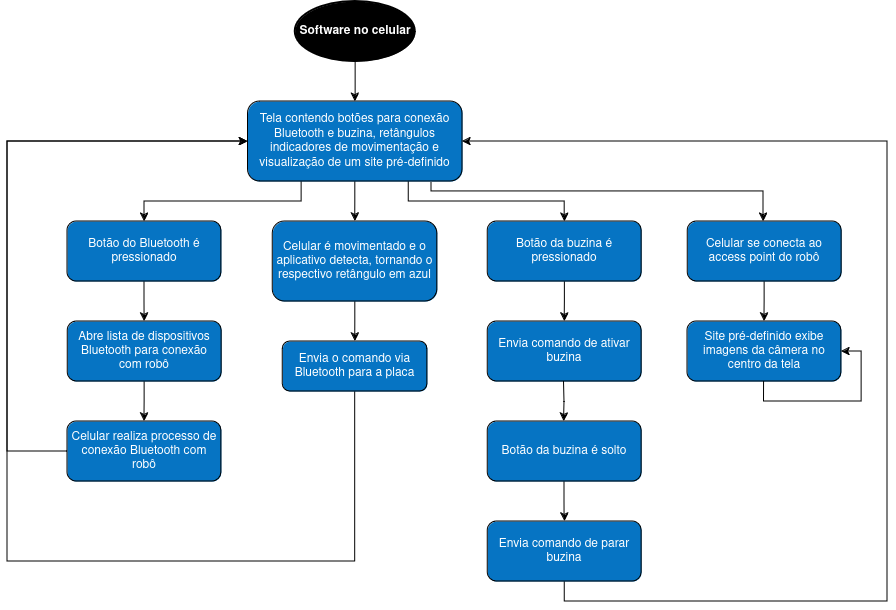
This is Projeto3/BitMovel-Robo-Explorador/Img/Fluxograma_AppInventor.png from danielvieira95/Projetos_Disciplina_IE323, a draw.io export, as it was before one commit. Source tidied: cells renumbered, new cells last; positions are measured from the earlier drawing's top-left corner, leaving out a move shared by most shapes.
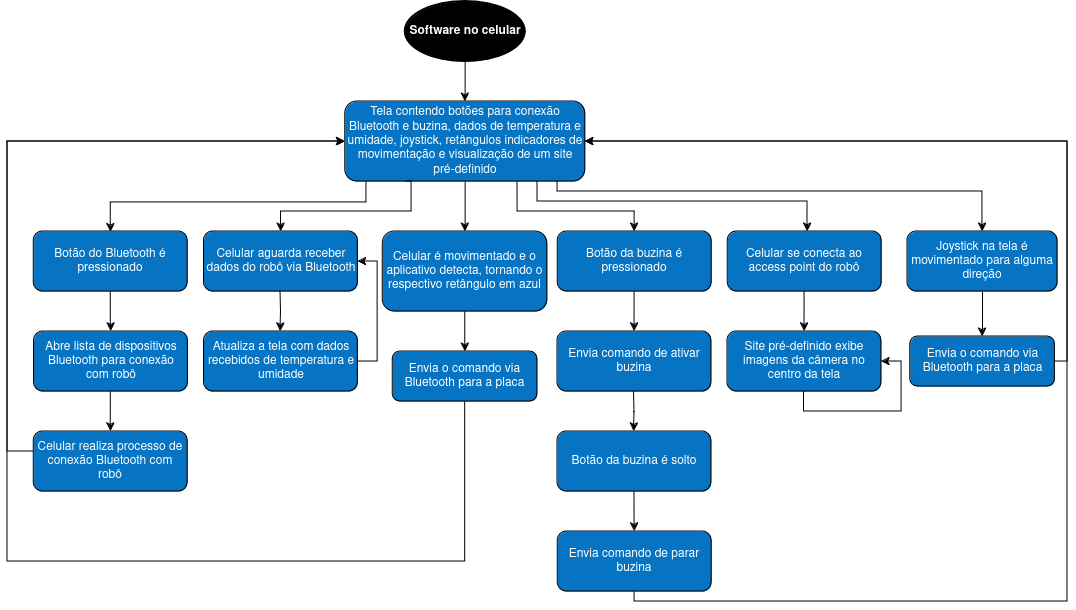
The same file after the commit.

Commit message:
Atualiza fluxogramas do BitMóvel Explorador

Change to the diagram source:
```diff
@@ -5,122 +5,189 @@
     <mxCell id="2" style="edgeStyle=orthogonalEdgeStyle;rounded=0;jettySize=auto;html=1;entryX=0;entryY=0.5;entryDx=0;entryDy=0;" parent="1" edge="1" source="3" target="7">
       <mxGeometry relative="1" as="geometry">
         <Array as="points">
-          <mxPoint x="348" y="560" />
-          <mxPoint y="560" />
-          <mxPoint y="140" />
+          <mxPoint x="468" y="570" />
+          <mxPoint x="10" y="570" />
+          <mxPoint x="10" y="150" />
         </Array>
       </mxGeometry>
     </mxCell>
     <mxCell id="3" value="Envia o comando via Bluetooth para a placa" style="rounded=1;whiteSpace=wrap;html=1;fontSize=12;glass=0;strokeWidth=1;shadow=0;fontColor=#ffffff;fillColor=#0674C3;" parent="1" vertex="1">
-      <mxGeometry x="275.3" y="340" width="144.7" height="50" as="geometry" />
+      <mxGeometry x="395.3" y="360" width="144.7" height="50" as="geometry" />
     </mxCell>
-    <mxCell id="4" style="edgeStyle=orthogonalEdgeStyle;rounded=0;jettySize=auto;html=1;entryX=0.5;entryY=0;entryDx=0;entryDy=0;exitX=0.25;exitY=1;exitDx=0;exitDy=0;" parent="1" edge="1" source="7" target="11">
-      <mxGeometry relative="1" as="geometry" />
+    <mxCell id="4" style="edgeStyle=orthogonalEdgeStyle;rounded=0;jettySize=auto;html=1;entryX=0.5;entryY=0;entryDx=0;entryDy=0;exitX=0.089;exitY=1.001;exitDx=0;exitDy=0;exitPerimeter=0;" parent="1" edge="1" source="7">
+      <mxGeometry relative="1" as="geometry">
+        <mxPoint x="113.3" y="240.6" as="targetPoint" />
+        <Array as="points">
+          <mxPoint x="369" y="211" />
+          <mxPoint x="113" y="211" />
+        </Array>
+      </mxGeometry>
     </mxCell>
     <mxCell id="5" style="edgeStyle=orthogonalEdgeStyle;rounded=0;jettySize=auto;html=1;entryX=0.5;entryY=0;entryDx=0;entryDy=0;" parent="1" edge="1" source="7" target="9">
       <mxGeometry relative="1" as="geometry" />
     </mxCell>
-    <mxCell id="6" style="edgeStyle=orthogonalEdgeStyle;rounded=0;jettySize=auto;html=1;exitX=0.75;exitY=1;exitDx=0;exitDy=0;entryX=0.5;entryY=0;entryDx=0;entryDy=0;" parent="1" edge="1" source="7" target="14">
-      <mxGeometry relative="1" as="geometry" />
+    <mxCell id="6" style="edgeStyle=orthogonalEdgeStyle;rounded=0;jettySize=auto;html=1;exitX=0.718;exitY=0.997;exitDx=0;exitDy=0;entryX=0.5;entryY=0;entryDx=0;entryDy=0;exitPerimeter=0;" parent="1" edge="1" source="7" target="14">
+      <mxGeometry relative="1" as="geometry">
+        <Array as="points">
+          <mxPoint x="520" y="220" />
+          <mxPoint x="637" y="220" />
+        </Array>
+      </mxGeometry>
     </mxCell>
-    <mxCell id="7" value="Tela contendo botões para conexão Bluetooth e buzina, retângulos indicadores de movimentação e visualização de um site pré-definido" style="rounded=1;whiteSpace=wrap;html=1;fontSize=12;glass=0;strokeWidth=1;shadow=0;fontColor=#ffffff;fillColor=#0674C3;" parent="1" vertex="1">
-      <mxGeometry x="240.4" y="100" width="214.5" height="80" as="geometry" />
+    <mxCell id="7" value="Tela contendo botões para conexão Bluetooth e buzina, dados de temperatura e umidade, joystick, retângulos indicadores de movimentação e visualização de um site pré-definido" style="rounded=1;whiteSpace=wrap;html=1;fontSize=12;glass=0;strokeWidth=1;shadow=0;fontColor=#ffffff;fillColor=#0674C3;" parent="1" vertex="1">
+      <mxGeometry x="347.6" y="110" width="240" height="80" as="geometry" />
     </mxCell>
     <mxCell id="8" style="edgeStyle=orthogonalEdgeStyle;rounded=0;jettySize=auto;html=1;entryX=0.5;entryY=0;entryDx=0;entryDy=0;" parent="1" edge="1" source="9" target="3">
       <mxGeometry relative="1" as="geometry" />
     </mxCell>
     <mxCell id="9" value="Celular é movimentado e o aplicativo detecta, tornando o respectivo&amp;nbsp;retângulo em azul" style="rounded=1;whiteSpace=wrap;html=1;fontSize=12;glass=0;strokeWidth=1;shadow=0;fontColor=#ffffff;fillColor=#0674C3;" parent="1" vertex="1">
-      <mxGeometry x="265.4" y="220" width="164.6" height="80" as="geometry" />
+      <mxGeometry x="385.4" y="240" width="164.6" height="80" as="geometry" />
     </mxCell>
     <mxCell id="10" style="edgeStyle=orthogonalEdgeStyle;rounded=0;jettySize=auto;html=1;" parent="1" edge="1" source="11" target="21">
       <mxGeometry relative="1" as="geometry" />
     </mxCell>
     <mxCell id="11" value="Botão do Bluetooth é pressionado" style="rounded=1;whiteSpace=wrap;html=1;fontSize=12;glass=0;strokeWidth=1;shadow=0;fontColor=#ffffff;fillColor=#0674C3;" parent="1" vertex="1">
-      <mxGeometry x="60" y="220" width="153.9" height="60" as="geometry" />
+      <mxGeometry x="36.4" y="240" width="153.9" height="60" as="geometry" />
     </mxCell>
     <mxCell id="12" value="Envia comando de ativar buzina" style="rounded=1;whiteSpace=wrap;html=1;fontSize=12;glass=0;strokeWidth=1;shadow=0;fontColor=#ffffff;fillColor=#0674C3;" parent="1" vertex="1">
-      <mxGeometry x="480.1" y="320" width="153.9" height="60" as="geometry" />
+      <mxGeometry x="560" y="340" width="153.9" height="60" as="geometry" />
     </mxCell>
     <mxCell id="13" style="edgeStyle=orthogonalEdgeStyle;rounded=0;jettySize=auto;html=1;entryX=0.5;entryY=0;entryDx=0;entryDy=0;" parent="1" edge="1" source="14" target="12">
       <mxGeometry relative="1" as="geometry" />
     </mxCell>
     <mxCell id="14" value="Botão da buzina é pressionado" style="rounded=1;whiteSpace=wrap;html=1;fontSize=12;glass=0;strokeWidth=1;shadow=0;fontColor=#ffffff;fillColor=#0674C3;" parent="1" vertex="1">
-      <mxGeometry x="480.3" y="220" width="153.9" height="60" as="geometry" />
+      <mxGeometry x="560.1" y="240" width="153.9" height="60" as="geometry" />
     </mxCell>
     <mxCell id="15" style="edgeStyle=orthogonalEdgeStyle;rounded=0;jettySize=auto;html=1;entryX=0.5;entryY=0;entryDx=0;entryDy=0;" parent="1" edge="1" source="16" target="25">
       <mxGeometry relative="1" as="geometry" />
     </mxCell>
     <mxCell id="16" value="&lt;div&gt;Botão da buzina é solto&lt;/div&gt;" style="rounded=1;whiteSpace=wrap;html=1;fontSize=12;glass=0;strokeWidth=1;shadow=0;fontColor=#ffffff;fillColor=#0674C3;" parent="1" vertex="1">
-      <mxGeometry x="480.1" y="420" width="153.9" height="60" as="geometry" />
+      <mxGeometry x="560" y="440" width="153.9" height="60" as="geometry" />
     </mxCell>
     <mxCell id="17" style="edgeStyle=orthogonalEdgeStyle;rounded=0;orthogonalLoop=1;jettySize=auto;html=1;entryX=0.5;entryY=0;entryDx=0;entryDy=0;" parent="1" edge="1">
       <mxGeometry relative="1" as="geometry">
-        <mxPoint x="556.6" y="380" as="sourcePoint" />
-        <mxPoint x="556.6" y="420" as="targetPoint" />
+        <mxPoint x="636.4" y="400" as="sourcePoint" />
+        <mxPoint x="636.4" y="440" as="targetPoint" />
       </mxGeometry>
     </mxCell>
     <mxCell id="18" style="edgeStyle=orthogonalEdgeStyle;rounded=0;jettySize=auto;html=1;entryX=0.5;entryY=0;entryDx=0;entryDy=0;" parent="1" edge="1" source="19" target="7">
       <mxGeometry relative="1" as="geometry" />
     </mxCell>
     <mxCell id="19" value="&lt;b&gt;Software no celular&lt;/b&gt;" style="ellipse;whiteSpace=wrap;html=1;strokeWidth=2;fontColor=#ffffff;fillColor=#000000;" parent="1" vertex="1">
-      <mxGeometry x="287.6" width="120" height="60" as="geometry" />
+      <mxGeometry x="407.6" y="10" width="120" height="60" as="geometry" />
     </mxCell>
     <mxCell id="20" style="edgeStyle=orthogonalEdgeStyle;rounded=0;jettySize=auto;html=1;entryX=0.5;entryY=0;entryDx=0;entryDy=0;" parent="1" edge="1" source="21" target="23">
       <mxGeometry relative="1" as="geometry" />
     </mxCell>
     <mxCell id="21" value="Abre lista de dispositivos Bluetooth para conexão com robô" style="rounded=1;whiteSpace=wrap;html=1;fontSize=12;glass=0;strokeWidth=1;shadow=0;fontColor=#ffffff;fillColor=#0674C3;" parent="1" vertex="1">
-      <mxGeometry x="60.1" y="320" width="153.9" height="60" as="geometry" />
+      <mxGeometry x="36.5" y="340" width="153.9" height="60" as="geometry" />
     </mxCell>
     <mxCell id="22" style="edgeStyle=orthogonalEdgeStyle;rounded=0;jettySize=auto;html=1;entryX=0;entryY=0.5;entryDx=0;entryDy=0;" parent="1" edge="1" source="23" target="7">
       <mxGeometry relative="1" as="geometry">
         <Array as="points">
-          <mxPoint y="450" />
-          <mxPoint y="140" />
+          <mxPoint x="10" y="460" />
+          <mxPoint x="10" y="150" />
         </Array>
       </mxGeometry>
     </mxCell>
     <mxCell id="23" value="Celular realiza processo de conexão Bluetooth com robô" style="rounded=1;whiteSpace=wrap;html=1;fontSize=12;glass=0;strokeWidth=1;shadow=0;fontColor=#ffffff;fillColor=#0674C3;" parent="1" vertex="1">
-      <mxGeometry x="60" y="420" width="153.9" height="60" as="geometry" />
+      <mxGeometry x="36.4" y="440" width="153.9" height="60" as="geometry" />
     </mxCell>
-    <mxCell id="24" style="edgeStyle=orthogonalEdgeStyle;rounded=0;jettySize=auto;html=1;entryX=1;entryY=0.5;entryDx=0;entryDy=0;" parent="1" edge="1" source="25" target="7">
+    <mxCell id="24" style="edgeStyle=orthogonalEdgeStyle;rounded=0;jettySize=auto;html=1;entryX=1;entryY=0.5;entryDx=0;entryDy=0;exitX=0.5;exitY=1;exitDx=0;exitDy=0;" parent="1" edge="1" source="25" target="7">
       <mxGeometry relative="1" as="geometry">
         <Array as="points">
-          <mxPoint x="557" y="600" />
-          <mxPoint x="880" y="600" />
-          <mxPoint x="880" y="140" />
+          <mxPoint x="637" y="610" />
+          <mxPoint x="1070" y="610" />
+          <mxPoint x="1070" y="150" />
         </Array>
       </mxGeometry>
     </mxCell>
     <mxCell id="25" value="Envia comando de parar buzina" style="rounded=1;whiteSpace=wrap;html=1;fontSize=12;glass=0;strokeWidth=1;shadow=0;fontColor=#ffffff;fillColor=#0674C3;" parent="1" vertex="1">
-      <mxGeometry x="480.3" y="520" width="153.9" height="60" as="geometry" />
+      <mxGeometry x="560.1" y="540" width="153.9" height="60" as="geometry" />
     </mxCell>
     <mxCell id="26" value="Site pré-definido exibe imagens da câmera no centro da tela" style="rounded=1;whiteSpace=wrap;html=1;fontSize=12;glass=0;strokeWidth=1;shadow=0;fontColor=#ffffff;fillColor=#0674C3;" parent="1" vertex="1">
-      <mxGeometry x="680" y="320" width="153.9" height="60" as="geometry" />
+      <mxGeometry x="730" y="340" width="153.9" height="60" as="geometry" />
     </mxCell>
     <mxCell id="27" style="edgeStyle=orthogonalEdgeStyle;rounded=0;jettySize=auto;html=1;entryX=0.5;entryY=0;entryDx=0;entryDy=0;" parent="1" edge="1" source="28" target="26">
       <mxGeometry relative="1" as="geometry" />
     </mxCell>
     <mxCell id="28" value="Celular se conecta ao access point do robô" style="rounded=1;whiteSpace=wrap;html=1;fontSize=12;glass=0;strokeWidth=1;shadow=0;fontColor=#ffffff;fillColor=#0674C3;" parent="1" vertex="1">
-      <mxGeometry x="680.1" y="220" width="153.9" height="60" as="geometry" />
+      <mxGeometry x="730.1" y="240" width="153.9" height="60" as="geometry" />
     </mxCell>
     <mxCell id="29" style="edgeStyle=orthogonalEdgeStyle;rounded=0;jettySize=auto;html=1;entryX=1;entryY=0.5;entryDx=0;entryDy=0;" parent="1" edge="1" target="26">
       <mxGeometry relative="1" as="geometry">
-        <mxPoint x="756.4" y="380" as="sourcePoint" />
+        <mxPoint x="806.4" y="400" as="sourcePoint" />
         <Array as="points">
-          <mxPoint x="756" y="400" />
-          <mxPoint x="854" y="400" />
-          <mxPoint x="854" y="350" />
+          <mxPoint x="806" y="420" />
+          <mxPoint x="904" y="420" />
+          <mxPoint x="904" y="370" />
         </Array>
       </mxGeometry>
     </mxCell>
-    <mxCell id="30" style="edgeStyle=orthogonalEdgeStyle;rounded=0;jettySize=auto;html=1;exitX=0.856;exitY=1.013;exitDx=0;exitDy=0;entryX=0.5;entryY=0;entryDx=0;entryDy=0;exitPerimeter=0;" parent="1" edge="1" source="7">
+    <mxCell id="30" style="edgeStyle=orthogonalEdgeStyle;rounded=0;orthogonalLoop=1;jettySize=auto;html=1;" parent="1" edge="1">
       <mxGeometry relative="1" as="geometry">
-        <mxPoint x="756" y="220" as="targetPoint" />
+        <mxPoint x="540" y="190" as="sourcePoint" />
+        <mxPoint x="810" y="240" as="targetPoint" />
         <Array as="points">
-          <mxPoint x="424" y="190" />
-          <mxPoint x="756" y="190" />
+          <mxPoint x="540" y="190" />
+          <mxPoint x="540" y="210" />
+          <mxPoint x="810" y="210" />
         </Array>
       </mxGeometry>
     </mxCell>
+    <mxCell id="31" value="Celular aguarda receber dados do robô via Bluetooth" style="rounded=1;whiteSpace=wrap;html=1;fontSize=12;glass=0;strokeWidth=1;shadow=0;fontColor=#ffffff;fillColor=#0674C3;" parent="1" vertex="1">
+      <mxGeometry x="206.5" y="240" width="153.9" height="60" as="geometry" />
+    </mxCell>
+    <mxCell id="32" style="edgeStyle=orthogonalEdgeStyle;rounded=0;jettySize=auto;html=1;exitX=0.25;exitY=1;exitDx=0;exitDy=0;entryX=0.5;entryY=0;entryDx=0;entryDy=0;" parent="1" edge="1" source="7" target="31">
+      <mxGeometry relative="1" as="geometry">
+        <Array as="points">
+          <mxPoint x="414" y="220" />
+          <mxPoint x="283" y="220" />
+        </Array>
+      </mxGeometry>
+    </mxCell>
+    <mxCell id="33" style="edgeStyle=orthogonalEdgeStyle;rounded=0;jettySize=auto;html=1;exitX=1;exitY=0.5;exitDx=0;exitDy=0;entryX=1;entryY=0.5;entryDx=0;entryDy=0;" parent="1" edge="1" source="34" target="31">
+      <mxGeometry relative="1" as="geometry">
+        <Array as="points">
+          <mxPoint x="380" y="370" />
+          <mxPoint x="380" y="270" />
+        </Array>
+      </mxGeometry>
+    </mxCell>
+    <mxCell id="34" value="&lt;div&gt;Atualiza a tela com dados recebidos de temperatura e umidade&lt;br&gt;&lt;/div&gt;" style="rounded=1;whiteSpace=wrap;html=1;fontSize=12;glass=0;strokeWidth=1;shadow=0;fontColor=#ffffff;fillColor=#0674C3;" parent="1" vertex="1">
+      <mxGeometry x="206.5" y="340" width="153.9" height="60" as="geometry" />
+    </mxCell>
+    <mxCell id="35" style="edgeStyle=orthogonalEdgeStyle;rounded=0;orthogonalLoop=1;jettySize=auto;html=1;entryX=0.5;entryY=0;entryDx=0;entryDy=0;" parent="1" edge="1">
+      <mxGeometry relative="1" as="geometry">
+        <mxPoint x="283" y="300" as="sourcePoint" />
+        <mxPoint x="283" y="340" as="targetPoint" />
+      </mxGeometry>
+    </mxCell>
+    <mxCell id="36" style="edgeStyle=orthogonalEdgeStyle;rounded=0;jettySize=auto;html=1;entryX=1;entryY=0.5;entryDx=0;entryDy=0;" parent="1" edge="1" source="37" target="7">
+      <mxGeometry relative="1" as="geometry">
+        <Array as="points">
+          <mxPoint x="1070" y="370" />
+          <mxPoint x="1070" y="150" />
+        </Array>
+      </mxGeometry>
+    </mxCell>
+    <mxCell id="37" value="Envia o comando via Bluetooth para a placa" style="rounded=1;whiteSpace=wrap;html=1;fontSize=12;glass=0;strokeWidth=1;shadow=0;fontColor=#ffffff;fillColor=#0674C3;" parent="1" vertex="1">
+      <mxGeometry x="912.7" y="345" width="144.7" height="50" as="geometry" />
+    </mxCell>
+    <mxCell id="38" style="edgeStyle=orthogonalEdgeStyle;rounded=0;jettySize=auto;html=1;entryX=0.5;entryY=0;entryDx=0;entryDy=0;" parent="1" edge="1" source="39" target="37">
+      <mxGeometry relative="1" as="geometry" />
+    </mxCell>
+    <mxCell id="39" value="Joystick na tela é movimentado para alguma direção" style="rounded=1;whiteSpace=wrap;html=1;fontSize=12;glass=0;strokeWidth=1;shadow=0;fontColor=#ffffff;fillColor=#0674C3;" parent="1" vertex="1">
+      <mxGeometry x="910" y="240" width="150" height="60" as="geometry" />
+    </mxCell>
+    <mxCell id="40" style="edgeStyle=orthogonalEdgeStyle;rounded=0;jettySize=auto;html=1;entryX=0.5;entryY=0;entryDx=0;entryDy=0;" parent="1" edge="1" target="39">
+      <mxGeometry relative="1" as="geometry">
+        <mxPoint x="560.1" y="190" as="sourcePoint" />
+        <Array as="points">
+          <mxPoint x="560" y="200" />
+          <mxPoint x="985" y="200" />
+        </Array>
+      </mxGeometry>
+    </mxCell>
   </root>
 </mxGraphModel>
```
